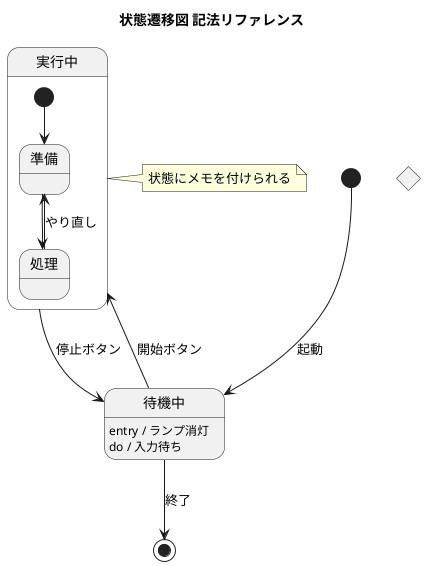
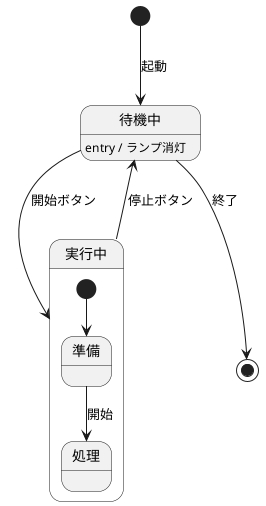
@startuml
- ' ============================================================
- '  状態遷移図 記法リファレンス（「こう書くとこうなる」集）
- '  状態の移り変わりを表す。※コメントは行頭の ' のみ。
- ' ============================================================
- title 状態遷移図 記法リファレンス
- 
- ' ▼ 開始・終了はこう： [*]（開始点／終了点の両方に使う）
[*] --> 待機中 : 起動
- 
- ' ▼ 遷移はこう： 状態A --> 状態B : イベント名（: の後ろがきっかけ）
待機中 --> 実行中 : 開始ボタン
実行中 --> 待機中 : 停止ボタン
待機中 --> [*] : 終了

- ' ▼ 入れ子（複合状態）はこう： state 名前 { 中に子状態 }
state 実行中 {
  [*] --> 準備
-   準備 --> 処理
-   処理 --> 準備 : やり直し
+   準備 --> 処理 : 開始
}
- 
- ' ▼ 状態でやることはこう書く： 状態 : entry/do/exit の動作
待機中 : entry / ランプ消灯
- 待機中 : do / 入力待ち
- 
- ' ▼ 擬似状態（判断・並行）はこう： <<choice>> <<fork>> <<join>>
- state 判断 <<choice>>
- 
- ' ▼ 補足はこう： note
- note right of 実行中 : 状態にメモを付けられる
- 
@enduml
